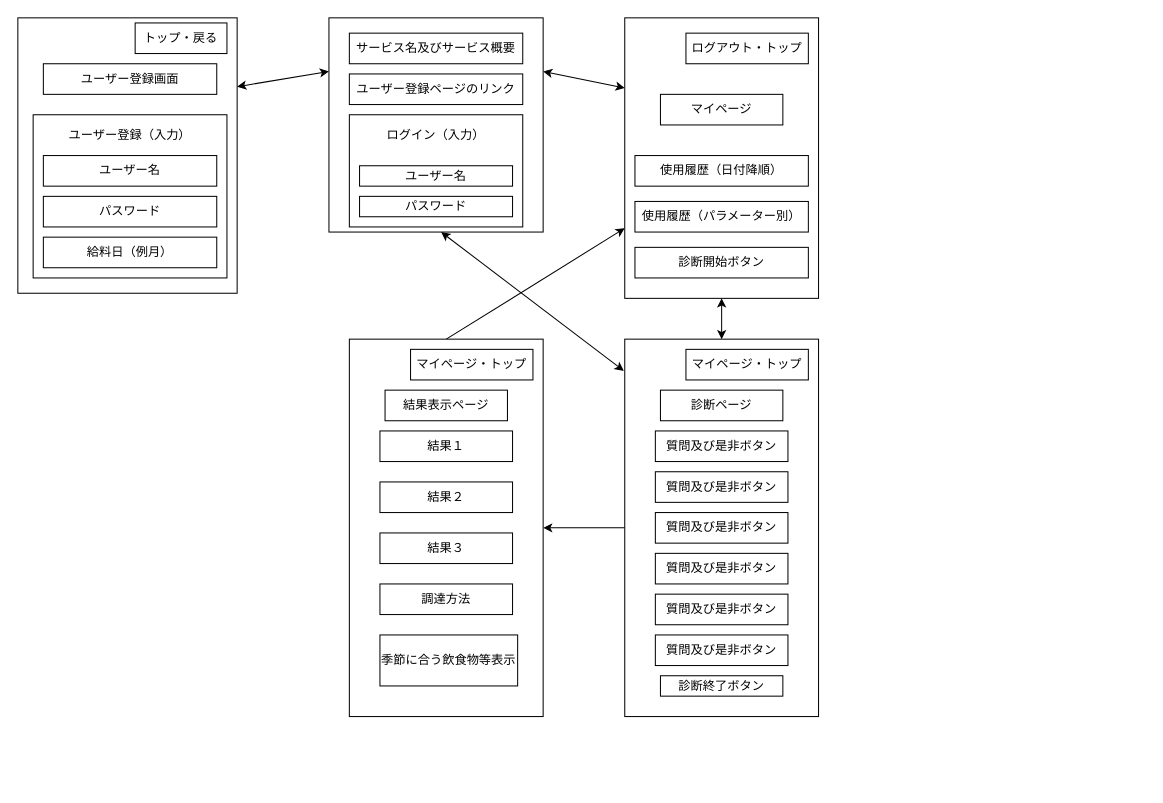
Earlier version of the draw.io diagram page "機能設計と紐付け" (2 of 2) of Untitled Diagram.drawio (da-chi-code/LSpair). Source tidied: cells renumbered, new cells numbered last; positions are measured from the earlier drawing's top-left corner, leaving out a move shared by most shapes. Both pictures are drawn from the tidied source at 102%, with x=0, y=0 at pixel (17, 17).
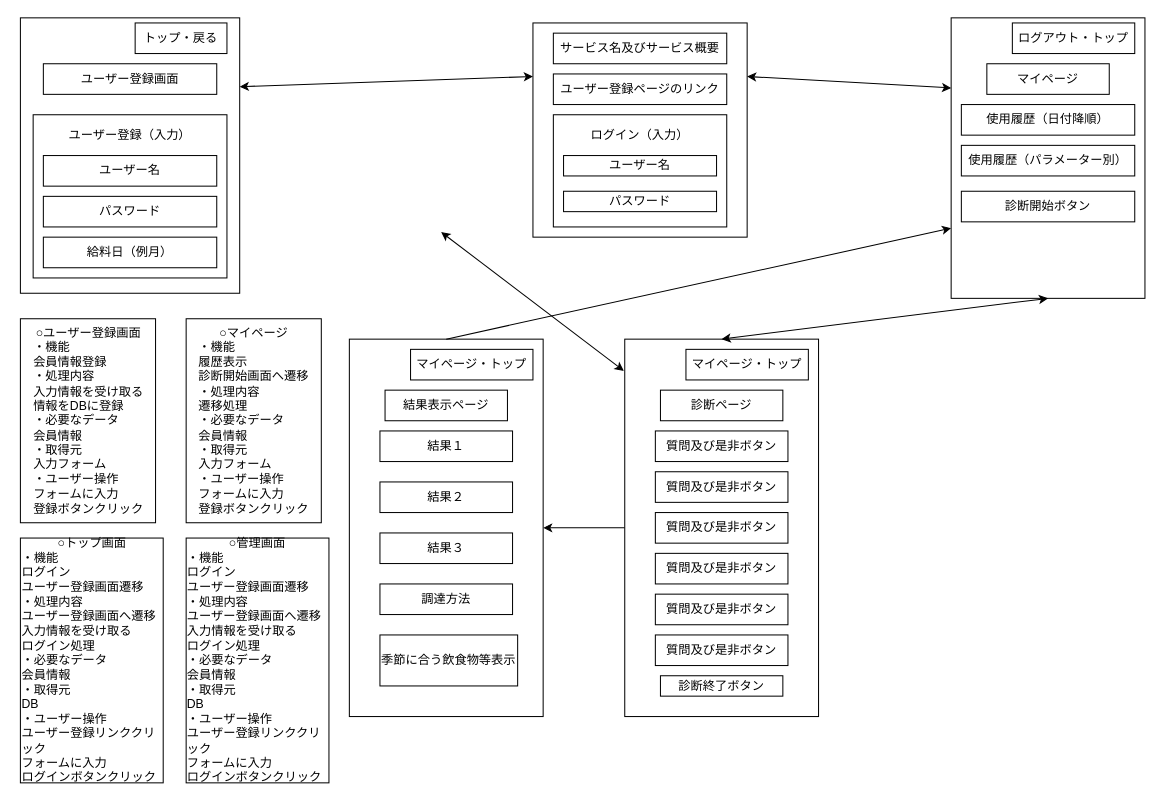
The same page after the edit.

What changed in the source:
```diff
@@
     <mxCell id="2" style="rounded=0;whiteSpace=wrap;html=1;" parent="1" vertex="1">
-      <mxGeometry width="215" height="270" as="geometry" />
+      <mxGeometry x="2.5" width="215" height="270" as="geometry" />
     </mxCell>
@@
     <mxCell id="8" style="whiteSpace=wrap;html=1;" parent="1" vertex="1">
-      <mxGeometry x="305" width="210" height="210" as="geometry" />
+      <mxGeometry x="505" y="5" width="210" height="210" as="geometry" />
     </mxCell>
     <mxCell id="9" value="サービス名及びサービス概要" style="rounded=0;whiteSpace=wrap;html=1;" parent="1" vertex="1">
-      <mxGeometry x="325" y="15" width="170" height="30" as="geometry" />
+      <mxGeometry x="525" y="15" width="170" height="30" as="geometry" />
     </mxCell>
@@
     <mxCell id="11" value="ユーザー登録ページのリンク" style="rounded=0;whiteSpace=wrap;html=1;" parent="1" vertex="1">
-      <mxGeometry x="325" y="55" width="170" height="30" as="geometry" />
+      <mxGeometry x="525" y="55" width="170" height="30" as="geometry" />
     </mxCell>
     <mxCell id="12" style="rounded=0;whiteSpace=wrap;html=1;" parent="1" vertex="1">
-      <mxGeometry x="325" y="95" width="170" height="110" as="geometry" />
+      <mxGeometry x="525" y="95" width="170" height="110" as="geometry" />
     </mxCell>
     <mxCell id="13" value="ユーザー名" style="rounded=0;whiteSpace=wrap;html=1;" parent="1" vertex="1">
-      <mxGeometry x="335" y="145" width="150" height="20" as="geometry" />
+      <mxGeometry x="535" y="135" width="150" height="20" as="geometry" />
     </mxCell>
     <mxCell id="14" value="パスワード" style="rounded=0;whiteSpace=wrap;html=1;" parent="1" vertex="1">
-      <mxGeometry x="335" y="175" width="150" height="20" as="geometry" />
+      <mxGeometry x="535" y="170" width="150" height="20" as="geometry" />
     </mxCell>
     <mxCell id="15" value="ログイン（入力）" style="text;html=1;strokeColor=none;fillColor=none;align=center;verticalAlign=middle;whiteSpace=wrap;rounded=0;" parent="1" vertex="1">
-      <mxGeometry x="335" y="105" width="150" height="20" as="geometry" />
+      <mxGeometry x="535" y="105" width="150" height="20" as="geometry" />
     </mxCell>
@@
     <mxCell id="17" style="rounded=0;whiteSpace=wrap;html=1;" parent="1" vertex="1">
-      <mxGeometry x="595" width="190" height="275" as="geometry" />
+      <mxGeometry x="915" width="190" height="275" as="geometry" />
     </mxCell>
     <mxCell id="18" value="マイページ" style="rounded=0;whiteSpace=wrap;html=1;" parent="1" vertex="1">
-      <mxGeometry x="630" y="75" width="120" height="30" as="geometry" />
+      <mxGeometry x="950" y="45" width="120" height="30" as="geometry" />
     </mxCell>
     <mxCell id="19" value="使用履歴（日付降順）" style="rounded=0;whiteSpace=wrap;html=1;" parent="1" vertex="1">
-      <mxGeometry x="605" y="135" width="170" height="30" as="geometry" />
+      <mxGeometry x="925" y="85" width="170" height="30" as="geometry" />
     </mxCell>
     <mxCell id="20" value="使用履歴（パラメーター別）" style="rounded=0;whiteSpace=wrap;html=1;" parent="1" vertex="1">
-      <mxGeometry x="605" y="180" width="170" height="30" as="geometry" />
+      <mxGeometry x="925" y="125" width="170" height="30" as="geometry" />
     </mxCell>
     <mxCell id="21" value="診断開始ボタン" style="rounded=0;whiteSpace=wrap;html=1;" parent="1" vertex="1">
-      <mxGeometry x="605" y="225" width="170" height="30" as="geometry" />
+      <mxGeometry x="925" y="170" width="170" height="30" as="geometry" />
     </mxCell>
@@
     <mxCell id="23" value="ログアウト・トップ" style="rounded=0;whiteSpace=wrap;html=1;" parent="1" vertex="1">
-      <mxGeometry x="655" y="15" width="120" height="30" as="geometry" />
+      <mxGeometry x="975" y="5" width="120" height="30" as="geometry" />
     </mxCell>
@@
+    <mxCell id="47" value="○ユーザー登録画面&lt;br&gt;&lt;div style=&quot;text-align: left&quot;&gt;&lt;span&gt;・機能&lt;/span&gt;&lt;/div&gt;&lt;div style=&quot;text-align: left&quot;&gt;&lt;span&gt;会員情報登録&lt;/span&gt;&lt;/div&gt;&lt;div style=&quot;text-align: left&quot;&gt;&lt;span&gt;・処理内容&lt;/span&gt;&lt;/div&gt;&lt;div style=&quot;text-align: left&quot;&gt;&lt;span&gt;入力情報を受け取る&lt;/span&gt;&lt;/div&gt;&lt;div style=&quot;text-align: left&quot;&gt;情報をDBに登録&lt;/div&gt;&lt;div style=&quot;text-align: left&quot;&gt;・必要なデータ&lt;/div&gt;&lt;div style=&quot;text-align: left&quot;&gt;会員情報&lt;/div&gt;&lt;div style=&quot;text-align: left&quot;&gt;・取得元&lt;/div&gt;&lt;div style=&quot;text-align: left&quot;&gt;入力フォーム&lt;/div&gt;&lt;div style=&quot;text-align: left&quot;&gt;・ユーザー操作&lt;/div&gt;&lt;div style=&quot;text-align: left&quot;&gt;フォームに入力&lt;/div&gt;&lt;div style=&quot;text-align: left&quot;&gt;登録ボタンクリック&lt;/div&gt;" style="rounded=0;whiteSpace=wrap;html=1;" parent="1" vertex="1">
+      <mxGeometry x="2.5" y="295" width="132.5" height="200" as="geometry" />
+    </mxCell>
+    <mxCell id="48" value="○トップ画面&lt;br&gt;&lt;div style=&quot;text-align: left&quot;&gt;&lt;span&gt;・機能&lt;/span&gt;&lt;/div&gt;&lt;div style=&quot;text-align: left&quot;&gt;ログイン&lt;/div&gt;&lt;div style=&quot;text-align: left&quot;&gt;ユーザー登録画面遷移&lt;/div&gt;&lt;div style=&quot;text-align: left&quot;&gt;&lt;span&gt;・処理内容&lt;/span&gt;&lt;/div&gt;&lt;div style=&quot;text-align: left&quot;&gt;&lt;span&gt;ユーザー登録画面へ遷移&lt;/span&gt;&lt;/div&gt;&lt;div style=&quot;text-align: left&quot;&gt;&lt;span&gt;入力情報を受け取る&lt;/span&gt;&lt;/div&gt;&lt;div style=&quot;text-align: left&quot;&gt;&lt;span&gt;ログイン処理&lt;/span&gt;&lt;/div&gt;&lt;div style=&quot;text-align: left&quot;&gt;・必要なデータ&lt;/div&gt;&lt;div style=&quot;text-align: left&quot;&gt;会員情報&lt;/div&gt;&lt;div style=&quot;text-align: left&quot;&gt;・取得元&lt;/div&gt;&lt;div style=&quot;text-align: left&quot;&gt;DB&lt;/div&gt;&lt;div style=&quot;text-align: left&quot;&gt;・ユーザー操作&lt;/div&gt;&lt;div style=&quot;text-align: left&quot;&gt;ユーザー登録リンククリック&lt;/div&gt;&lt;div style=&quot;text-align: left&quot;&gt;フォームに入力&lt;/div&gt;&lt;div style=&quot;text-align: left&quot;&gt;ログインボタンクリック&lt;/div&gt;" style="rounded=0;whiteSpace=wrap;html=1;" parent="1" vertex="1">
+      <mxGeometry x="2.5" y="510" width="140" height="240" as="geometry" />
+    </mxCell>
+    <mxCell id="49" value="○マイページ&lt;br&gt;&lt;div style=&quot;text-align: left&quot;&gt;&lt;span&gt;・機能&lt;/span&gt;&lt;/div&gt;&lt;div style=&quot;text-align: left&quot;&gt;履歴表示&lt;/div&gt;&lt;div style=&quot;text-align: left&quot;&gt;診断開始画面へ遷移&lt;/div&gt;&lt;div style=&quot;text-align: left&quot;&gt;&lt;span&gt;・処理内容&lt;/span&gt;&lt;/div&gt;&lt;div style=&quot;text-align: left&quot;&gt;遷移処理&lt;/div&gt;&lt;div style=&quot;text-align: left&quot;&gt;・必要なデータ&lt;/div&gt;&lt;div style=&quot;text-align: left&quot;&gt;会員情報&lt;/div&gt;&lt;div style=&quot;text-align: left&quot;&gt;・取得元&lt;/div&gt;&lt;div style=&quot;text-align: left&quot;&gt;入力フォーム&lt;/div&gt;&lt;div style=&quot;text-align: left&quot;&gt;・ユーザー操作&lt;/div&gt;&lt;div style=&quot;text-align: left&quot;&gt;フォームに入力&lt;/div&gt;&lt;div style=&quot;text-align: left&quot;&gt;登録ボタンクリック&lt;/div&gt;" style="rounded=0;whiteSpace=wrap;html=1;" parent="1" vertex="1">
+      <mxGeometry x="165" y="295" width="132.5" height="200" as="geometry" />
+    </mxCell>
+    <mxCell id="50" value="○管理画面&lt;br&gt;&lt;div style=&quot;text-align: left&quot;&gt;&lt;span&gt;・機能&lt;/span&gt;&lt;/div&gt;&lt;div style=&quot;text-align: left&quot;&gt;ログイン&lt;/div&gt;&lt;div style=&quot;text-align: left&quot;&gt;ユーザー登録画面遷移&lt;/div&gt;&lt;div style=&quot;text-align: left&quot;&gt;&lt;span&gt;・処理内容&lt;/span&gt;&lt;/div&gt;&lt;div style=&quot;text-align: left&quot;&gt;&lt;span&gt;ユーザー登録画面へ遷移&lt;/span&gt;&lt;/div&gt;&lt;div style=&quot;text-align: left&quot;&gt;&lt;span&gt;入力情報を受け取る&lt;/span&gt;&lt;/div&gt;&lt;div style=&quot;text-align: left&quot;&gt;&lt;span&gt;ログイン処理&lt;/span&gt;&lt;/div&gt;&lt;div style=&quot;text-align: left&quot;&gt;・必要なデータ&lt;/div&gt;&lt;div style=&quot;text-align: left&quot;&gt;会員情報&lt;/div&gt;&lt;div style=&quot;text-align: left&quot;&gt;・取得元&lt;/div&gt;&lt;div style=&quot;text-align: left&quot;&gt;DB&lt;/div&gt;&lt;div style=&quot;text-align: left&quot;&gt;・ユーザー操作&lt;/div&gt;&lt;div style=&quot;text-align: left&quot;&gt;ユーザー登録リンククリック&lt;/div&gt;&lt;div style=&quot;text-align: left&quot;&gt;フォームに入力&lt;/div&gt;&lt;div style=&quot;text-align: left&quot;&gt;ログインボタンクリック&lt;/div&gt;" style="rounded=0;whiteSpace=wrap;html=1;" parent="1" vertex="1">
+      <mxGeometry x="165" y="510" width="140" height="240" as="geometry" />
+    </mxCell>
```
